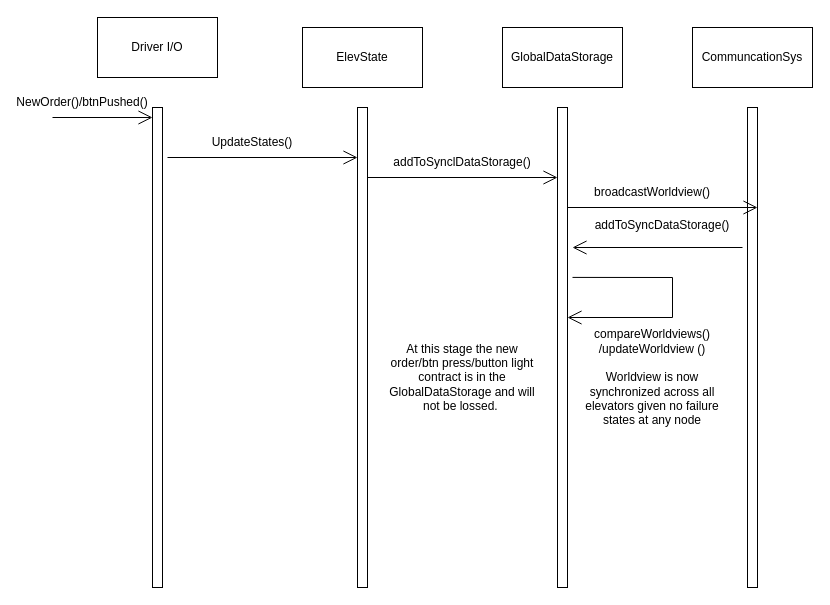
MathiasSagerup/Sanntid keeps this draw.io diagram as Diagrammer/SequenceDiagButtonLightContract.drawio. Above is the earlier version. Source tidied: cells renumbered, new cells numbered last; positions are measured from the earlier drawing's top-left corner, leaving out a move shared by most shapes. Both pictures are drawn from the tidied source at 100%, with x=0, y=0 at pixel (52, 17).
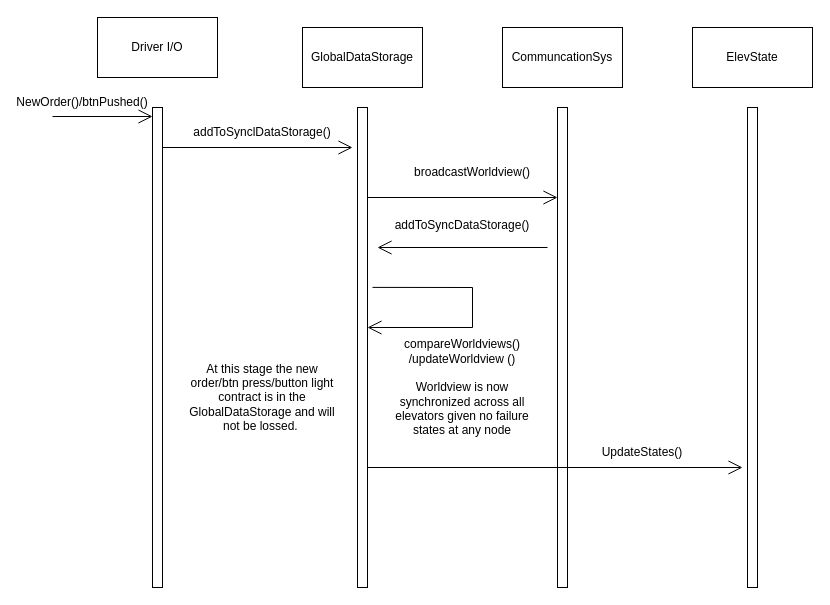
After the change.

The change refers to these unchanged cells:
```xml
<mxCell id="7" style="html=1;points=[[0,0,0,0,5],[0,1,0,0,-5],[1,0,0,0,5],[1,1,0,0,-5]];perimeter=orthogonalPerimeter;outlineConnect=0;targetShapes=umlLifeline;portConstraint=eastwest;newEdgeStyle={&quot;curved&quot;:0,&quot;rounded&quot;:0};" parent="1" vertex="1">
  <mxGeometry x="505" y="90" width="10" height="480" as="geometry" />
</mxCell>
```

The edit, as a diff of the source:
```diff
@@
-    <mxCell id="4" value="ElevState" style="whiteSpace=wrap;html=1;" parent="1" vertex="1">
+    <mxCell id="4" value="GlobalDataStorage" style="whiteSpace=wrap;html=1;" parent="1" vertex="1">
       <mxGeometry x="250" y="10" width="120" height="60" as="geometry" />
     </mxCell>
-    <mxCell id="5" value="GlobalDataStorage" style="whiteSpace=wrap;html=1;" parent="1" vertex="1">
-      <mxGeometry x="450" y="10" width="120" height="60" as="geometry" />
+    <mxCell id="5" value="ElevState" style="whiteSpace=wrap;html=1;" parent="1" vertex="1">
+      <mxGeometry x="640" y="10" width="120" height="60" as="geometry" />
     </mxCell>
@@
     <mxCell id="8" style="endArrow=open;endFill=1;endSize=12;html=1;rounded=0;" parent="1" edge="1">
       <mxGeometry relative="1" as="geometry">
-        <mxPoint x="115" y="140" as="sourcePoint" />
-        <mxPoint x="305" y="140" as="targetPoint" />
+        <mxPoint x="315" y="450" as="sourcePoint" />
+        <mxPoint x="690" y="450" as="targetPoint" />
       </mxGeometry>
     </mxCell>
@@
     <mxCell id="10" style="endArrow=open;endFill=1;endSize=12;html=1;rounded=0;" parent="1" edge="1">
       <mxGeometry relative="1" as="geometry">
-        <mxPoint y="100" as="sourcePoint" />
-        <mxPoint x="100" y="100" as="targetPoint" />
+        <mxPoint y="99" as="sourcePoint" />
+        <mxPoint x="100" y="99" as="targetPoint" />
       </mxGeometry>
     </mxCell>
     <mxCell id="11" value="UpdateStates()" style="text;html=1;whiteSpace=wrap;strokeColor=none;fillColor=none;align=center;verticalAlign=middle;rounded=0;" parent="1" vertex="1">
-      <mxGeometry x="170" y="110" width="60" height="30" as="geometry" />
+      <mxGeometry x="560" y="420" width="60" height="30" as="geometry" />
     </mxCell>
     <mxCell id="12" style="endArrow=open;endFill=1;endSize=12;html=1;rounded=0;" parent="1" edge="1">
       <mxGeometry relative="1" as="geometry">
-        <mxPoint x="315" y="160" as="sourcePoint" />
-        <mxPoint x="505" y="160" as="targetPoint" />
+        <mxPoint x="110" y="130" as="sourcePoint" />
+        <mxPoint x="300" y="130" as="targetPoint" />
       </mxGeometry>
     </mxCell>
     <mxCell id="13" value="addToSynclDataStorage()" style="text;html=1;whiteSpace=wrap;strokeColor=none;fillColor=none;align=center;verticalAlign=middle;rounded=0;" parent="1" vertex="1">
-      <mxGeometry x="380" y="130" width="60" height="30" as="geometry" />
+      <mxGeometry x="180" y="100" width="60" height="30" as="geometry" />
     </mxCell>
     <mxCell id="14" value="CommuncationSys" style="whiteSpace=wrap;html=1;" parent="1" vertex="1">
-      <mxGeometry x="640" y="10" width="120" height="60" as="geometry" />
+      <mxGeometry x="450" y="10" width="120" height="60" as="geometry" />
     </mxCell>
@@
     <mxCell id="16" style="endArrow=open;endFill=1;endSize=12;html=1;rounded=0;" parent="1" edge="1">
       <mxGeometry relative="1" as="geometry">
-        <mxPoint x="515" y="190" as="sourcePoint" />
-        <mxPoint x="705" y="190" as="targetPoint" />
+        <mxPoint x="315" y="180" as="sourcePoint" />
+        <mxPoint x="505" y="180" as="targetPoint" />
       </mxGeometry>
     </mxCell>
     <mxCell id="17" value="broadcastWorldview()" style="text;html=1;whiteSpace=wrap;strokeColor=none;fillColor=none;align=center;verticalAlign=middle;rounded=0;" parent="1" vertex="1">
-      <mxGeometry x="570" y="160" width="60" height="30" as="geometry" />
+      <mxGeometry x="390" y="140" width="60" height="30" as="geometry" />
     </mxCell>
     <mxCell id="18" style="endArrow=open;endFill=1;endSize=12;html=1;rounded=0;" parent="1" edge="1">
       <mxGeometry relative="1" as="geometry">
-        <mxPoint x="690" y="230" as="sourcePoint" />
-        <mxPoint x="520" y="230" as="targetPoint" />
+        <mxPoint x="495" y="230" as="sourcePoint" />
+        <mxPoint x="325" y="230" as="targetPoint" />
       </mxGeometry>
     </mxCell>
     <mxCell id="19" value="addToSyncDataStorage()&lt;div&gt;&lt;br&gt;&lt;/div&gt;" style="text;html=1;whiteSpace=wrap;strokeColor=none;fillColor=none;align=center;verticalAlign=middle;rounded=0;" parent="1" vertex="1">
-      <mxGeometry x="580" y="200" width="60" height="30" as="geometry" />
+      <mxGeometry x="380" y="200" width="60" height="30" as="geometry" />
     </mxCell>
-    <mxCell id="20" style="endArrow=open;endFill=1;endSize=12;html=1;rounded=0;exitX=1.5;exitY=0.354;exitDx=0;exitDy=0;exitPerimeter=0;" parent="1" edge="1" source="7" target="7">
+    <mxCell id="20" style="endArrow=open;endFill=1;endSize=12;html=1;rounded=0;exitX=1.5;exitY=0.354;exitDx=0;exitDy=0;exitPerimeter=0;" parent="1" edge="1">
       <mxGeometry relative="1" as="geometry">
+        <mxPoint x="320" y="269.9" as="sourcePoint" />
+        <mxPoint x="315" y="310" as="targetPoint" />
         <Array as="points">
-          <mxPoint x="620" y="260" />
-          <mxPoint x="620" y="300" />
+          <mxPoint x="420" y="270" />
+          <mxPoint x="420" y="310" />
         </Array>
       </mxGeometry>
     </mxCell>
     <mxCell id="21" value="compareWorldv&lt;span style=&quot;background-color: transparent; color: light-dark(rgb(0, 0, 0), rgb(255, 255, 255));&quot;&gt;iews()&lt;/span&gt;&lt;div&gt;&lt;span style=&quot;background-color: transparent; color: light-dark(rgb(0, 0, 0), rgb(255, 255, 255));&quot;&gt;/updateWorldview ()&lt;/span&gt;&lt;/div&gt;&lt;div&gt;&lt;span style=&quot;background-color: transparent; color: light-dark(rgb(0, 0, 0), rgb(255, 255, 255));&quot;&gt;&lt;br&gt;&lt;/span&gt;&lt;/div&gt;&lt;div&gt;&lt;span style=&quot;background-color: transparent; color: light-dark(rgb(0, 0, 0), rgb(255, 255, 255));&quot;&gt;Worldview is now synchronized across all elevators given no failure states at any node&lt;/span&gt;&lt;/div&gt;" style="text;html=1;whiteSpace=wrap;strokeColor=none;fillColor=none;align=center;verticalAlign=middle;rounded=0;" parent="1" vertex="1">
-      <mxGeometry x="530" y="340" width="140" height="40" as="geometry" />
+      <mxGeometry x="340" y="350" width="140" height="40" as="geometry" />
     </mxCell>
     <mxCell id="22" value="At this stage the new order/btn press/button light contract is in the GlobalDataStorage and will not be lossed.&amp;nbsp;" style="text;html=1;whiteSpace=wrap;strokeColor=none;fillColor=none;align=center;verticalAlign=middle;rounded=0;" parent="1" vertex="1">
-      <mxGeometry x="335" y="310" width="150" height="100" as="geometry" />
+      <mxGeometry x="135" y="330" width="150" height="100" as="geometry" />
     </mxCell>
```
